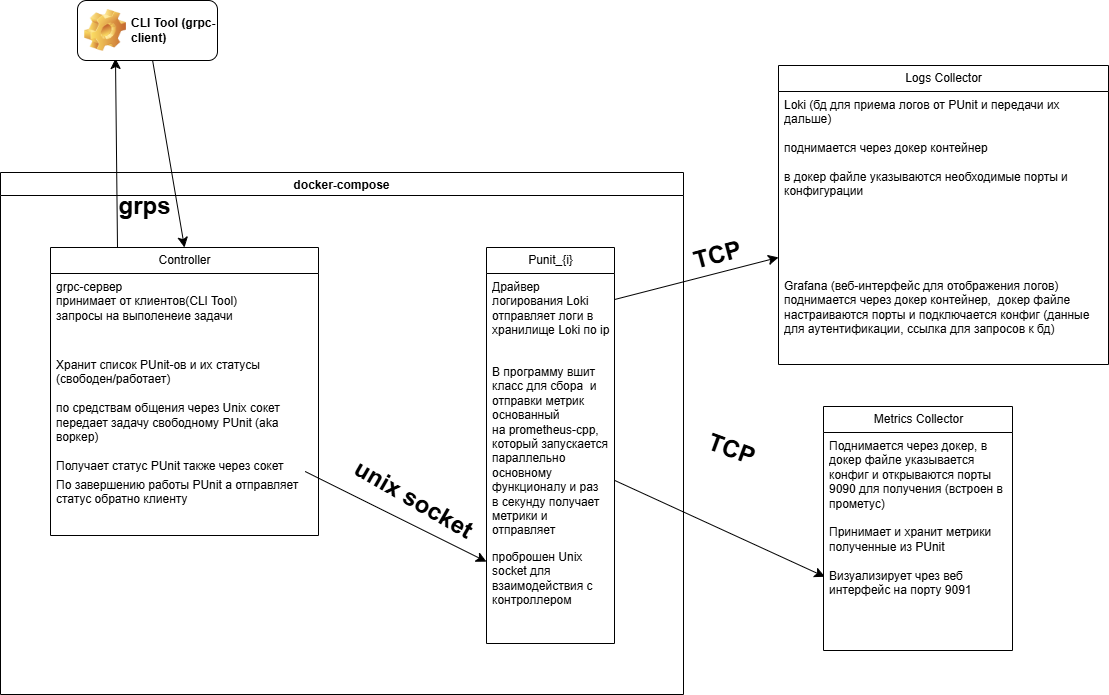
moevm/qemu-riscv-cluster keeps this draw.io diagram as wiki/media/architecture.png. Above is the earlier version. Source tidied: cells renumbered, new cells last; positions are measured from the earlier drawing's top-left corner, leaving out a move shared by most shapes.
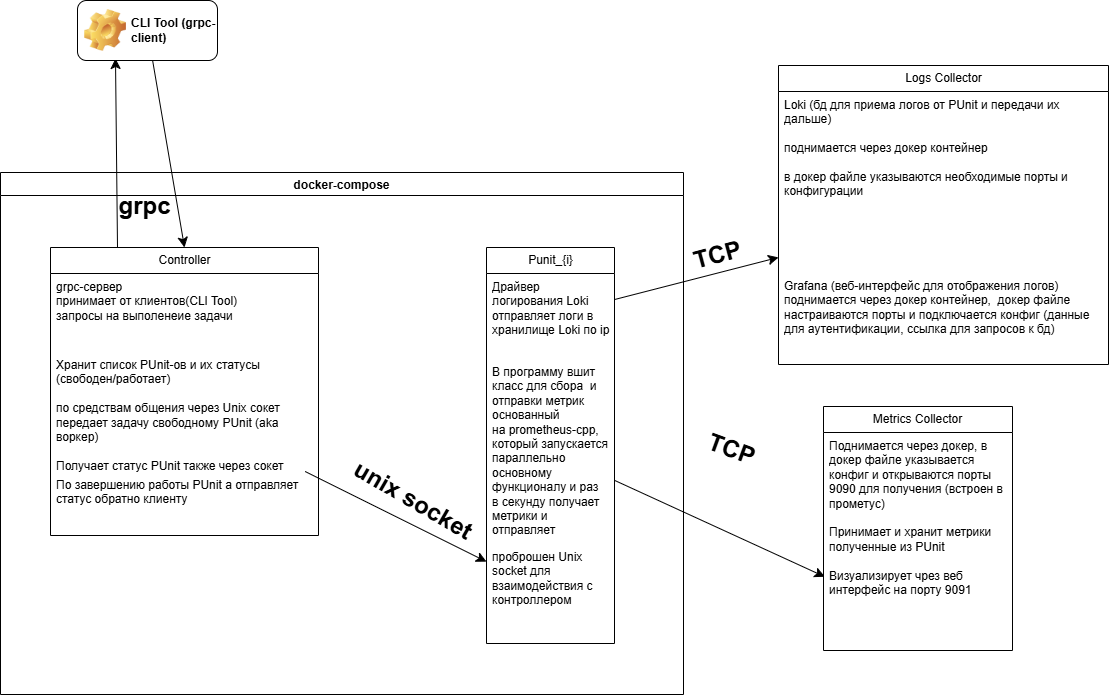
The same diagram one commit later.

Change to the diagram source:
```diff
@@ -40,7 +40,7 @@
     <mxCell id="13" value="unix socket" style="text;strokeColor=none;fillColor=none;html=1;fontSize=24;fontStyle=1;verticalAlign=middle;align=center;rotation=30;" parent="2" vertex="1">
       <mxGeometry x="322" y="304" width="182" height="47" as="geometry" />
     </mxCell>
-    <mxCell id="14" value="grps" style="text;strokeColor=none;fillColor=none;html=1;fontSize=24;fontStyle=1;verticalAlign=middle;align=center;" parent="2" vertex="1">
+    <mxCell id="14" value="grpc" style="text;strokeColor=none;fillColor=none;html=1;fontSize=24;fontStyle=1;verticalAlign=middle;align=center;" parent="2" vertex="1">
       <mxGeometry x="94" y="14" width="100" height="40" as="geometry" />
     </mxCell>
     <mxCell id="15" style="edgeStyle=none;curved=1;rounded=0;jettySize=auto;html=1;fontSize=12;startSize=8;endSize=8;entryX=0.007;entryY=0.162;entryDx=0;entryDy=0;entryPerimeter=0;" parent="1" edge="1" source="10" target="22">
```
